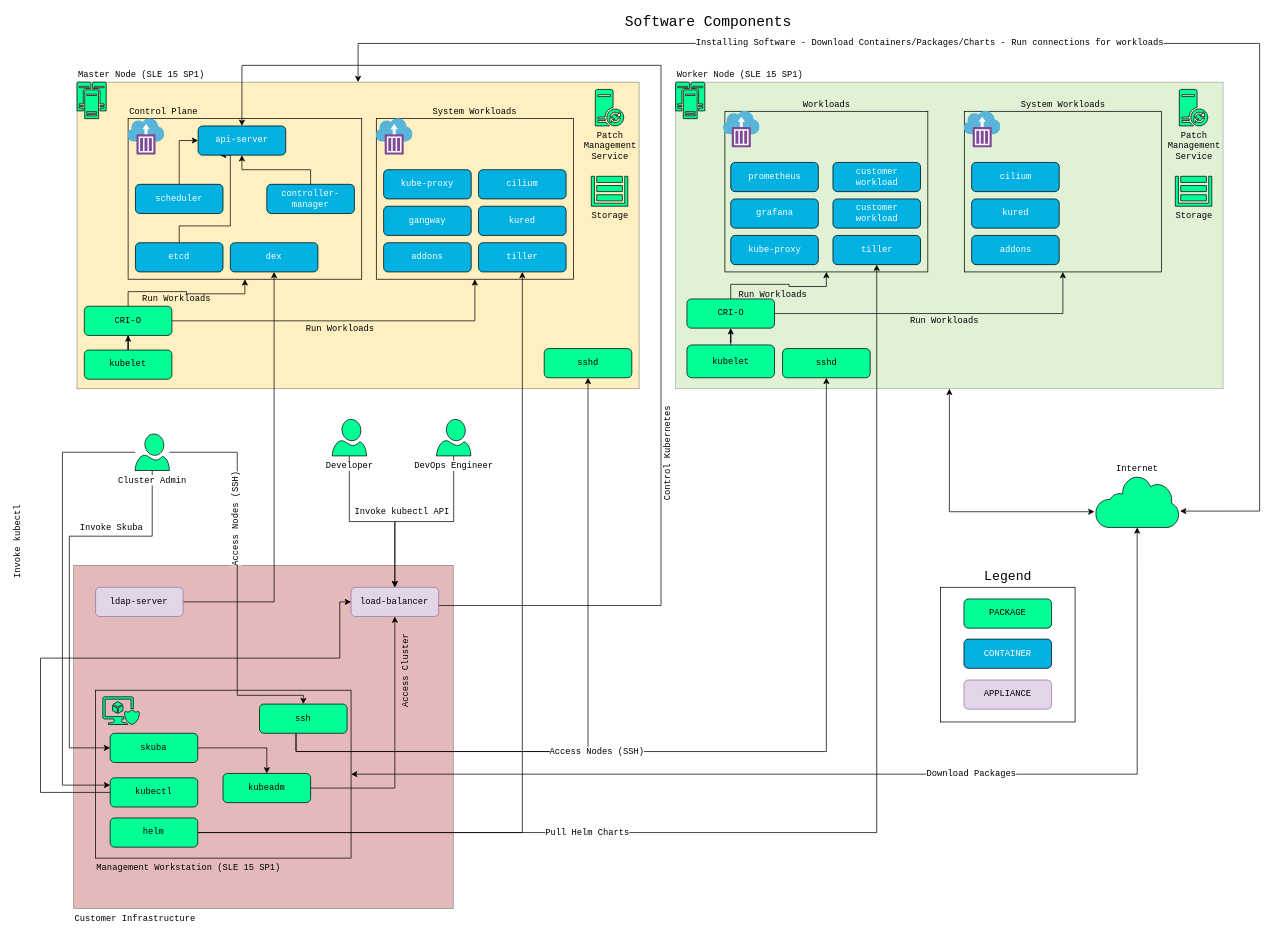
Earlier version of the draw.io diagram adoc/images/src/caasp_cluster_components.drawio (SUSE/doc-caasp). Source tidied: cells renumbered, new cells numbered last; positions are measured from the earlier drawing's top-left corner, leaving out a move shared by most shapes. Both pictures are drawn from the tidied source at 73%, with x=0, y=0 at pixel (40, 14).
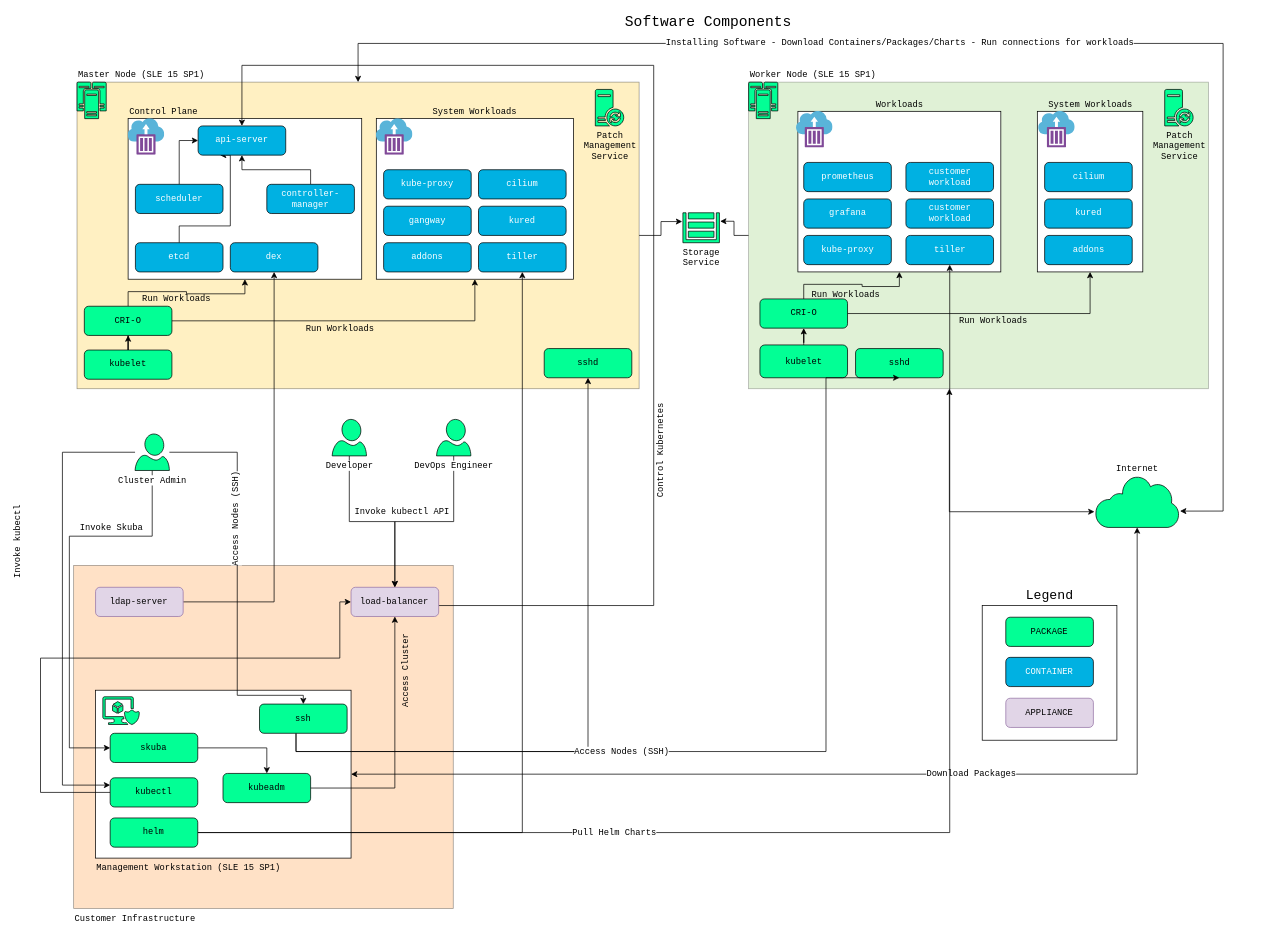
The same diagram, later.

Commit message (it also covers changes not shown here):
Update components diagram according to comments, move storage service, increase visibility of sub-components

The change refers to these unchanged cells:
```xml
<mxCell id="4" value="Master Node (SLE 15 SP1)" style="rounded=0;whiteSpace=wrap;html=1;fillColor=#FFD966;fontFamily=Courier New;align=left;labelPosition=center;verticalLabelPosition=top;verticalAlign=bottom;strokeColor=#000000;opacity=40;" parent="1" vertex="1">
  <mxGeometry x="50" y="93" width="770" height="420" as="geometry" />
</mxCell>
<mxCell id="21" value="&lt;div&gt;api-server&lt;/div&gt;" style="rounded=1;whiteSpace=wrap;html=1;fillColor=#00B1E2;fontFamily=Courier New;fontColor=#FFFFFF;" parent="1" vertex="1">
  <mxGeometry x="215.9" y="153" width="120" height="40" as="geometry" />
</mxCell>
<mxCell id="51" value="Internet" style="shadow=0;dashed=0;html=1;strokeColor=#000000;labelPosition=center;verticalLabelPosition=top;verticalAlign=bottom;align=center;fillColor=#02ff95;shape=mxgraph.mscae.enterprise.internet;fontFamily=Courier New;" parent="1" vertex="1">
  <mxGeometry x="1445" y="632" width="114.5" height="71" as="geometry" />
</mxCell>
<mxCell id="78" value="load-balancer" style="rounded=1;whiteSpace=wrap;html=1;fillColor=#e1d5e7;fontFamily=Courier New;strokeColor=#9673a6;" parent="1" vertex="1">
  <mxGeometry x="425.4" y="785" width="120" height="40" as="geometry" />
</mxCell>
```

What changed in the source:
```diff
@@
-    <mxCell id="2" value="Customer Infrastructure" style="rounded=0;whiteSpace=wrap;html=1;fillColor=#B85450;fontFamily=Courier New;align=left;labelPosition=center;verticalLabelPosition=bottom;verticalAlign=top;strokeColor=#000000;opacity=40;" parent="1" vertex="1">
+    <mxCell id="2" value="Customer Infrastructure" style="rounded=0;whiteSpace=wrap;html=1;fillColor=#FFB570;fontFamily=Courier New;align=left;labelPosition=center;verticalLabelPosition=bottom;verticalAlign=top;strokeColor=#000000;opacity=40;" parent="1" vertex="1">
       <mxGeometry x="45.4" y="755" width="520" height="470" as="geometry" />
     </mxCell>
-    <mxCell id="3" value="Management Workstation (SLE 15 SP1)" style="rounded=0;whiteSpace=wrap;html=1;fillColor=none;fontFamily=Courier New;align=left;labelPosition=center;verticalLabelPosition=bottom;verticalAlign=top;" parent="1" vertex="1">
+    <mxCell id="3" value="Management Workstation (SLE 15 SP1)" style="rounded=0;whiteSpace=wrap;html=1;fillColor=#ffffff;fontFamily=Courier New;align=left;labelPosition=center;verticalLabelPosition=bottom;verticalAlign=top;" parent="1" vertex="1">
       <mxGeometry x="75.4" y="926" width="350" height="230" as="geometry" />
     </mxCell>
+    <mxCell id="103" style="edgeStyle=orthogonalEdgeStyle;rounded=0;jettySize=auto;html=1;entryX=-0.02;entryY=0.293;entryDx=0;entryDy=0;entryPerimeter=0;" parent="1" edge="1" source="4" target="80">
+      <mxGeometry relative="1" as="geometry" />
+    </mxCell>
@@
-    <mxCell id="5" value="&lt;div&gt;Control Plane&lt;/div&gt;" style="rounded=0;whiteSpace=wrap;html=1;fillColor=none;fontFamily=Courier New;align=left;labelPosition=center;verticalLabelPosition=top;verticalAlign=bottom;" parent="1" vertex="1">
+    <mxCell id="5" value="&lt;div&gt;Control Plane&lt;/div&gt;" style="rounded=0;whiteSpace=wrap;html=1;fillColor=#ffffff;fontFamily=Courier New;align=left;labelPosition=center;verticalLabelPosition=top;verticalAlign=bottom;" parent="1" vertex="1">
       <mxGeometry x="120" y="143" width="320" height="220" as="geometry" />
     </mxCell>
@@
+    <mxCell id="104" style="edgeStyle=orthogonalEdgeStyle;rounded=0;jettySize=auto;html=1;entryX=1.02;entryY=0.283;entryDx=0;entryDy=0;entryPerimeter=0;" parent="1" edge="1" source="7" target="80">
+      <mxGeometry relative="1" as="geometry" />
+    </mxCell>
     <mxCell id="7" value="Worker Node (SLE 15 SP1)" style="rounded=0;whiteSpace=wrap;html=1;fillColor=#97D077;fontFamily=Courier New;align=left;labelPosition=center;verticalLabelPosition=top;verticalAlign=bottom;opacity=30;" parent="1" vertex="1">
-      <mxGeometry x="870" y="93" width="750" height="420" as="geometry" />
+      <mxGeometry x="970" y="93" width="630" height="420" as="geometry" />
     </mxCell>
@@
     <mxCell id="10" value="&lt;div style=&quot;font-size: 18px&quot;&gt;&lt;font style=&quot;font-size: 18px&quot;&gt;Legend&lt;/font&gt;&lt;/div&gt;" style="whiteSpace=wrap;html=1;strokeColor=#000000;fillColor=none;fontFamily=Courier New;align=center;labelPosition=center;verticalLabelPosition=top;verticalAlign=bottom;" parent="1" vertex="1">
-      <mxGeometry x="1232.7" y="785" width="184.5" height="184.5" as="geometry" />
+      <mxGeometry x="1290" y="810" width="184.5" height="184.5" as="geometry" />
     </mxCell>
-    <mxCell id="11" value="System Workloads" style="rounded=0;whiteSpace=wrap;html=1;fillColor=none;fontFamily=Courier New;align=center;labelPosition=center;verticalLabelPosition=top;verticalAlign=bottom;" parent="1" vertex="1">
-      <mxGeometry x="1265.5" y="133" width="270" height="220" as="geometry" />
+    <mxCell id="11" value="System Workloads" style="rounded=0;whiteSpace=wrap;html=1;fillColor=#ffffff;fontFamily=Courier New;align=center;labelPosition=center;verticalLabelPosition=top;verticalAlign=bottom;" parent="1" vertex="1">
+      <mxGeometry x="1365.5" y="133" width="144.5" height="220" as="geometry" />
     </mxCell>
     <mxCell id="12" style="edgeStyle=orthogonalEdgeStyle;rounded=0;jettySize=auto;html=1;entryX=1.013;entryY=0.685;entryDx=0;entryDy=0;entryPerimeter=0;startArrow=classic;startFill=1;endArrow=classic;endFill=1;fontFamily=Courier New;fontColor=#000000;" parent="1" edge="1" source="4" target="51">
       <mxGeometry relative="1" as="geometry">
         <Array as="points">
-          <mxPoint x="1670" y="40" />
-          <mxPoint x="1670" y="681" />
+          <mxPoint x="435" y="40" />
+          <mxPoint x="1620" y="40" />
+          <mxPoint x="1620" y="681" />
         </Array>
       </mxGeometry>
     </mxCell>
@@
-    <mxCell id="14" value="System Workloads" style="rounded=0;whiteSpace=wrap;html=1;fillColor=none;fontFamily=Courier New;align=center;labelPosition=center;verticalLabelPosition=top;verticalAlign=bottom;" parent="1" vertex="1">
+    <mxCell id="14" value="System Workloads" style="rounded=0;whiteSpace=wrap;html=1;fillColor=#ffffff;fontFamily=Courier New;align=center;labelPosition=center;verticalLabelPosition=top;verticalAlign=bottom;" parent="1" vertex="1">
       <mxGeometry x="460" y="143" width="270" height="220" as="geometry" />
     </mxCell>
-    <mxCell id="15" value="Workloads" style="rounded=0;whiteSpace=wrap;html=1;fillColor=none;fontFamily=Courier New;align=center;labelPosition=center;verticalLabelPosition=top;verticalAlign=bottom;" parent="1" vertex="1">
-      <mxGeometry x="937.5" y="133" width="278" height="220" as="geometry" />
+    <mxCell id="15" value="Workloads" style="rounded=0;whiteSpace=wrap;html=1;fillColor=#ffffff;fontFamily=Courier New;align=center;labelPosition=center;verticalLabelPosition=top;verticalAlign=bottom;" parent="1" vertex="1">
+      <mxGeometry x="1037.5" y="133" width="278" height="220" as="geometry" />
     </mxCell>
@@
     <mxCell id="31" value="CRI-O" style="rounded=1;whiteSpace=wrap;html=1;fillColor=#02FF95;fontFamily=Courier New;" parent="1" vertex="1">
-      <mxGeometry x="885.5" y="390" width="120" height="40" as="geometry" />
+      <mxGeometry x="985.5" y="390" width="120" height="40" as="geometry" />
     </mxCell>
@@
     <mxCell id="53" style="shadow=0;dashed=0;html=1;strokeColor=#000000;labelPosition=center;verticalLabelPosition=bottom;verticalAlign=top;align=center;fillColor=#02FF95;shape=mxgraph.mscae.enterprise.cluster_server;fontFamily=Courier New;" parent="1" vertex="1">
-      <mxGeometry x="870" y="93" width="40" height="50" as="geometry" />
+      <mxGeometry x="970" y="93" width="40" height="50" as="geometry" />
     </mxCell>
@@
     <mxCell id="55" value="sshd" style="rounded=1;whiteSpace=wrap;html=1;fillColor=#02FF95;fontFamily=Courier New;" parent="1" vertex="1">
-      <mxGeometry x="1016.5" y="458" width="120" height="40" as="geometry" />
+      <mxGeometry x="1116.5" y="458" width="120" height="40" as="geometry" />
     </mxCell>
     <mxCell id="56" value="PACKAGE" style="rounded=1;whiteSpace=wrap;html=1;fillColor=#02FF95;fontFamily=Courier New;" parent="1" vertex="1">
-      <mxGeometry x="1265" y="801" width="120" height="40" as="geometry" />
+      <mxGeometry x="1322.3" y="826" width="120" height="40" as="geometry" />
     </mxCell>
     <mxCell id="57" value="CONTAINER" style="rounded=1;whiteSpace=wrap;html=1;fillColor=#00b1e2;fontFamily=Courier New;strokeColor=#000000;fontColor=#FFFFFF;" parent="1" vertex="1">
-      <mxGeometry x="1265" y="856" width="120" height="40" as="geometry" />
+      <mxGeometry x="1322.3" y="881" width="120" height="40" as="geometry" />
     </mxCell>
     <mxCell id="58" value="tiller" style="rounded=1;whiteSpace=wrap;html=1;fillColor=#00B1E2;fontFamily=Courier New;fontColor=#FFFFFF;" parent="1" vertex="1">
-      <mxGeometry x="1085.5" y="303" width="120" height="40" as="geometry" />
+      <mxGeometry x="1185.5" y="303" width="120" height="40" as="geometry" />
     </mxCell>
@@
     <mxCell id="60" value="kubelet" style="rounded=1;whiteSpace=wrap;html=1;fillColor=#02FF95;labelPosition=center;verticalLabelPosition=middle;align=center;verticalAlign=middle;fontFamily=Courier New;" parent="1" vertex="1">
-      <mxGeometry x="885.5" y="453" width="120" height="45" as="geometry" />
+      <mxGeometry x="985.5" y="453" width="120" height="45" as="geometry" />
     </mxCell>
     <mxCell id="61" value="kube-proxy" style="rounded=1;whiteSpace=wrap;html=1;fillColor=#00B1E2;fontFamily=Courier New;fontColor=#FFFFFF;" parent="1" vertex="1">
-      <mxGeometry x="945.5" y="303" width="120" height="40" as="geometry" />
+      <mxGeometry x="1045.5" y="303" width="120" height="40" as="geometry" />
     </mxCell>
@@
     <mxCell id="67" value="cilium" style="rounded=1;whiteSpace=wrap;html=1;fillColor=#00B1E2;fontFamily=Courier New;fontColor=#FFFFFF;" parent="1" vertex="1">
-      <mxGeometry x="1275.5" y="203" width="120" height="40" as="geometry" />
+      <mxGeometry x="1375.5" y="203" width="120" height="40" as="geometry" />
     </mxCell>
     <mxCell id="68" value="kured" style="rounded=1;whiteSpace=wrap;html=1;fillColor=#00B1E2;fontFamily=Courier New;fontColor=#FFFFFF;" parent="1" vertex="1">
-      <mxGeometry x="1275.5" y="253" width="120" height="40" as="geometry" />
+      <mxGeometry x="1375.5" y="253" width="120" height="40" as="geometry" />
     </mxCell>
     <mxCell id="69" value="prometheus" style="rounded=1;whiteSpace=wrap;html=1;fillColor=#00B1E2;fontFamily=Courier New;fontColor=#FFFFFF;" parent="1" vertex="1">
-      <mxGeometry x="945.5" y="203" width="120" height="40" as="geometry" />
+      <mxGeometry x="1045.5" y="203" width="120" height="40" as="geometry" />
     </mxCell>
     <mxCell id="70" value="grafana" style="rounded=1;whiteSpace=wrap;html=1;fillColor=#00B1E2;fontFamily=Courier New;fontColor=#FFFFFF;" parent="1" vertex="1">
-      <mxGeometry x="945.5" y="253" width="120" height="40" as="geometry" />
+      <mxGeometry x="1045.5" y="253" width="120" height="40" as="geometry" />
     </mxCell>
     <mxCell id="71" style="html=1;align=center;image;fontSize=12;image=img/lib/mscae/Container_Instances.svg;strokeColor=#000000;fillColor=none;" parent="1" vertex="1">
-      <mxGeometry x="935.5" y="133" width="50" height="50" as="geometry" />
+      <mxGeometry x="1035.5" y="133" width="50" height="50" as="geometry" />
     </mxCell>
     <mxCell id="72" value="customer workload" style="rounded=1;whiteSpace=wrap;html=1;fillColor=#00B1E2;fontFamily=Courier New;fontColor=#FFFFFF;" parent="1" vertex="1">
-      <mxGeometry x="1085.5" y="203" width="120" height="40" as="geometry" />
+      <mxGeometry x="1185.5" y="203" width="120" height="40" as="geometry" />
     </mxCell>
     <mxCell id="73" value="customer workload" style="rounded=1;whiteSpace=wrap;html=1;fillColor=#00B1E2;fontFamily=Courier New;fontColor=#FFFFFF;" parent="1" vertex="1">
-      <mxGeometry x="1085.5" y="253" width="120" height="40" as="geometry" />
+      <mxGeometry x="1185.5" y="253" width="120" height="40" as="geometry" />
     </mxCell>
@@
     <mxCell id="75" style="html=1;align=center;image;fontSize=12;image=img/lib/mscae/Container_Instances.svg;strokeColor=#000000;fillColor=none;" parent="1" vertex="1">
-      <mxGeometry x="1265.5" y="133" width="50" height="50" as="geometry" />
+      <mxGeometry x="1367.2" y="133" width="50" height="50" as="geometry" />
     </mxCell>
     <mxCell id="76" style="edgeStyle=orthogonalEdgeStyle;rounded=0;jettySize=auto;html=1;entryX=0.5;entryY=0;entryDx=0;entryDy=0;startArrow=none;startFill=0;endArrow=classic;endFill=1;fontFamily=Courier New;fontColor=#000000;" parent="1" edge="1" source="78" target="21">
       <mxGeometry relative="1" as="geometry">
         <Array as="points">
-          <mxPoint x="850" y="810" />
-          <mxPoint x="850" y="70" />
+          <mxPoint x="840" y="810" />
+          <mxPoint x="840" y="70" />
           <mxPoint x="276" y="70" />
         </Array>
       </mxGeometry>
     </mxCell>
@@
-    <mxCell id="79" value="Storage" style="shadow=0;dashed=0;html=1;strokeColor=#000000;labelPosition=center;verticalLabelPosition=bottom;verticalAlign=top;align=center;fillColor=#02FF95;shape=mxgraph.mscae.enterprise.storage;fontFamily=Courier New;" parent="1" vertex="1">
-      <mxGeometry x="754.5" y="222" width="50" height="41" as="geometry" />
-    </mxCell>
-    <mxCell id="80" value="Storage" style="shadow=0;dashed=0;html=1;strokeColor=#000000;labelPosition=center;verticalLabelPosition=bottom;verticalAlign=top;align=center;fillColor=#02FF95;shape=mxgraph.mscae.enterprise.storage;fontFamily=Courier New;" parent="1" vertex="1">
-      <mxGeometry x="1554.5" y="222" width="50" height="41" as="geometry" />
+    <mxCell id="80" value="Storage &lt;br&gt;Service" style="shadow=0;dashed=0;html=1;strokeColor=#000000;labelPosition=center;verticalLabelPosition=bottom;verticalAlign=top;align=center;fillColor=#02FF95;shape=mxgraph.mscae.enterprise.storage;fontFamily=Courier New;" parent="1" vertex="1">
+      <mxGeometry x="880" y="272" width="50" height="41" as="geometry" />
     </mxCell>
@@
     <mxCell id="87" value="Patch&lt;br&gt;Management&lt;br&gt;Service" style="shadow=0;dashed=0;html=1;strokeColor=#000000;labelPosition=center;verticalLabelPosition=bottom;verticalAlign=top;align=center;fillColor=#02FF95;shape=mxgraph.mscae.enterprise.database_synchronization;labelBackgroundColor=none;fontFamily=Courier New;fontColor=#000000;" parent="1" vertex="1">
-      <mxGeometry x="1560" y="103" width="39" height="50" as="geometry" />
+      <mxGeometry x="1540" y="103" width="39" height="50" as="geometry" />
     </mxCell>
@@
     <mxCell id="100" value="addons" style="rounded=1;whiteSpace=wrap;html=1;fillColor=#00B1E2;fontFamily=Courier New;fontColor=#FFFFFF;" parent="1" vertex="1">
-      <mxGeometry x="1275.5" y="303" width="120" height="40" as="geometry" />
+      <mxGeometry x="1375.5" y="303" width="120" height="40" as="geometry" />
     </mxCell>
@@
     <mxCell id="102" value="APPLIANCE" style="rounded=1;whiteSpace=wrap;html=1;fillColor=#e1d5e7;fontFamily=Courier New;strokeColor=#9673a6;" parent="1" vertex="1">
-      <mxGeometry x="1265" y="912" width="120" height="40" as="geometry" />
+      <mxGeometry x="1322.3" y="937" width="120" height="40" as="geometry" />
     </mxCell>
```
